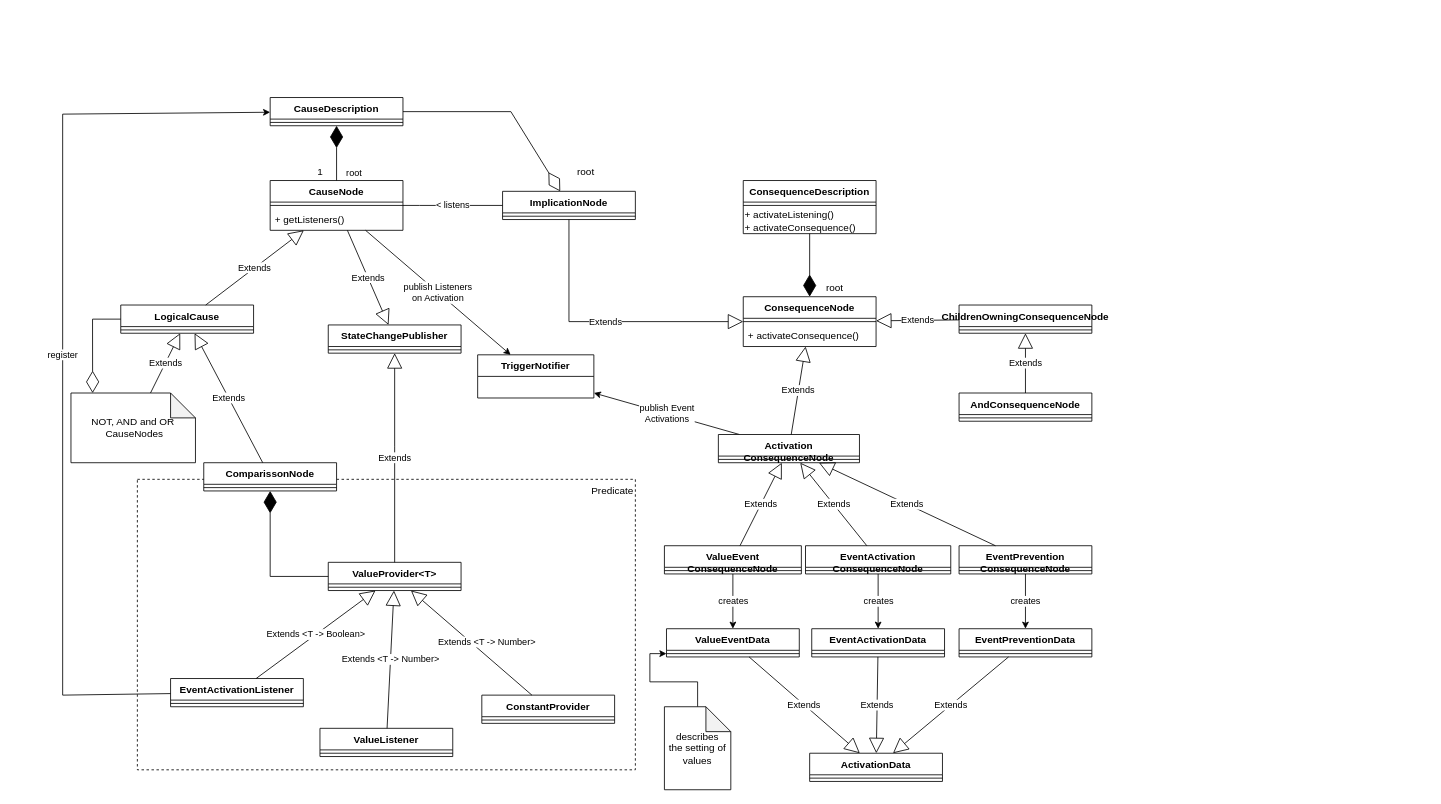
This is TLTeaInterprtationClasses.drawio from Cambio-Project/TL-Tea, a draw.io file, before an edit. Source tidied: cells renumbered, new cells numbered last; positions are measured from the earlier drawing's top-left corner, leaving out a move shared by most shapes. Both pictures are drawn from the tidied source at 83%, with x=0, y=0 at pixel (62, 97).
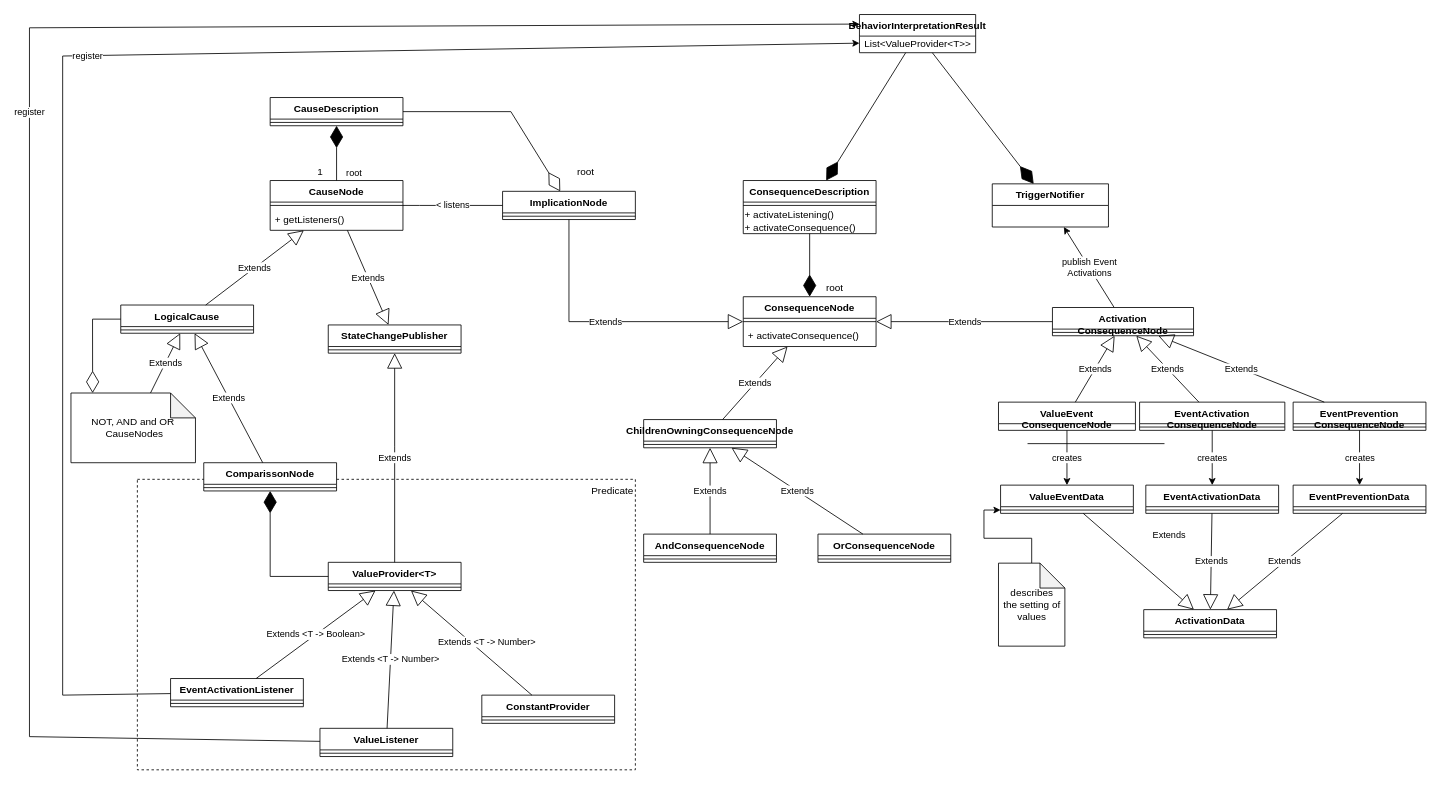
After the change.

Unchanged cells that the change refers to:
```xml
<mxCell id="3" value="CauseNode" style="swimlane;fontStyle=1;align=center;verticalAlign=top;horizontal=1;startSize=26;" parent="1" vertex="1">
  <mxGeometry x="250" y="100" width="160" height="60" as="geometry" />
</mxCell>
<mxCell id="21" value="ValueListener" style="swimlane;fontStyle=1;align=center;verticalAlign=top;horizontal=1;startSize=26;" parent="1" vertex="1">
  <mxGeometry x="310" y="760" width="160" height="34" as="geometry" />
</mxCell>
<mxCell id="30" value="EventActivationListener" style="swimlane;fontStyle=1;align=center;verticalAlign=top;horizontal=1;startSize=26;" parent="1" vertex="1">
  <mxGeometry x="130" y="700" width="160" height="34" as="geometry" />
</mxCell>
<mxCell id="38" value="ConsequenceDescription" style="swimlane;fontStyle=1;align=center;verticalAlign=top;horizontal=1;startSize=26;fillColor=default;" parent="1" vertex="1">
  <mxGeometry x="820" y="100" width="160" height="64" as="geometry" />
</mxCell>
<mxCell id="47" value="CauseDescription" style="swimlane;fontStyle=1;align=center;verticalAlign=top;horizontal=1;startSize=26;fillColor=default;" parent="1" vertex="1">
  <mxGeometry x="250" width="160" height="34" as="geometry" />
</mxCell>
```

What changed in the source:
```diff
@@
     <mxCell id="9" value="TriggerNotifier" style="swimlane;fontStyle=1;horizontal=1;startSize=26;fillColor=none;" parent="1" vertex="1">
-      <mxGeometry x="500" y="310" width="140" height="52" as="geometry" />
+      <mxGeometry x="1120" y="104" width="140" height="52" as="geometry" />
     </mxCell>
@@
     <mxCell id="35" value="AndConsequenceNode" style="swimlane;fontStyle=1;align=center;verticalAlign=top;horizontal=1;startSize=26;" parent="1" vertex="1">
-      <mxGeometry x="1080" y="356" width="160" height="34" as="geometry" />
+      <mxGeometry x="700" y="526" width="160" height="34" as="geometry" />
     </mxCell>
@@
-    <mxCell id="54" value="publish Listeners&lt;br&gt;on Activation" style="endArrow=classic;html=1;rounded=0;" parent="1" edge="1" source="3" target="9">
-      <mxGeometry relative="1" as="geometry" />
-    </mxCell>
@@
-    <mxCell id="56" value="register" style="endArrow=classic;html=1;rounded=0;" parent="1" edge="1" source="30" target="47">
+    <mxCell id="56" value="register" style="endArrow=classic;html=1;rounded=0;entryX=0;entryY=0.75;entryDx=0;entryDy=0;" parent="1" edge="1" source="30" target="92">
       <mxGeometry relative="1" as="geometry">
         <Array as="points">
           <mxPoint y="720" />
-          <mxPoint y="20" />
+          <mxPoint y="-50" />
         </Array>
       </mxGeometry>
     </mxCell>
@@
     <mxCell id="58" value="Activation&#10;ConsequenceNode" style="swimlane;fontStyle=1;align=center;verticalAlign=top;horizontal=1;startSize=26;" parent="1" vertex="1">
-      <mxGeometry x="790" y="406" width="170" height="34" as="geometry" />
+      <mxGeometry x="1192.5" y="253" width="170" height="34" as="geometry" />
     </mxCell>
@@
     <mxCell id="61" value="EventPreventionData" style="swimlane;fontStyle=1;align=center;verticalAlign=top;horizontal=1;startSize=26;" parent="1" vertex="1">
-      <mxGeometry x="1080" y="640" width="160" height="34" as="geometry" />
+      <mxGeometry x="1482.5" y="467" width="160" height="34" as="geometry" />
     </mxCell>
@@
     <mxCell id="63" value="EventActivationData" style="swimlane;fontStyle=1;align=center;verticalAlign=top;horizontal=1;startSize=26;" parent="1" vertex="1">
-      <mxGeometry x="902.5" y="640" width="160" height="34" as="geometry" />
+      <mxGeometry x="1305" y="467" width="160" height="34" as="geometry" />
     </mxCell>
@@
     <mxCell id="65" value="ValueEventData" style="swimlane;fontStyle=1;align=center;verticalAlign=top;horizontal=1;startSize=26;" parent="1" vertex="1">
-      <mxGeometry x="727.5" y="640" width="160" height="34" as="geometry" />
+      <mxGeometry x="1130" y="467" width="160" height="34" as="geometry" />
     </mxCell>
@@
     <mxCell id="67" value="ActivationData" style="swimlane;fontStyle=1;align=center;verticalAlign=top;horizontal=1;startSize=26;" parent="1" vertex="1">
-      <mxGeometry x="900" y="790" width="160" height="34" as="geometry" />
+      <mxGeometry x="1302.5" y="617" width="160" height="34" as="geometry" />
     </mxCell>
@@
     <mxCell id="69" value="Extends" style="endArrow=block;endSize=16;endFill=0;html=1;rounded=0;" parent="1" edge="1" source="65" target="67">
-      <mxGeometry relative="1" as="geometry" />
+      <mxGeometry x="0.07" y="48" relative="1" as="geometry" />
     </mxCell>
@@
     <mxCell id="72" value="EventPrevention&#10;ConsequenceNode" style="swimlane;fontStyle=1;align=center;verticalAlign=top;horizontal=1;startSize=26;" parent="1" vertex="1">
-      <mxGeometry x="1080" y="540" width="160" height="34" as="geometry" />
+      <mxGeometry x="1482.5" y="367" width="160" height="34" as="geometry" />
     </mxCell>
@@
     <mxCell id="74" value="EventActivation&#10;ConsequenceNode" style="swimlane;fontStyle=1;align=center;verticalAlign=top;horizontal=1;startSize=26;" parent="1" vertex="1">
-      <mxGeometry x="895" y="540" width="175" height="34" as="geometry" />
+      <mxGeometry x="1297.5" y="367" width="175" height="34" as="geometry" />
     </mxCell>
@@
     <mxCell id="76" value="ValueEvent&#10;ConsequenceNode" style="swimlane;fontStyle=1;align=center;verticalAlign=top;horizontal=1;startSize=26;" parent="1" vertex="1">
-      <mxGeometry x="725" y="540" width="165" height="34" as="geometry" />
+      <mxGeometry x="1127.5" y="367" width="165" height="34" as="geometry" />
     </mxCell>
-    <mxCell id="77" style="line;strokeWidth=1;fillColor=none;align=left;verticalAlign=middle;spacingTop=-1;spacingLeft=3;spacingRight=3;labelPosition=right;" parent="76" vertex="1">
-      <mxGeometry y="26" width="165" height="8" as="geometry" />
-    </mxCell>
@@
     <mxCell id="84" value="ChildrenOwningConsequenceNode" style="swimlane;fontStyle=1;align=center;verticalAlign=top;horizontal=1;startSize=26;" parent="1" vertex="1">
-      <mxGeometry x="1080" y="250" width="160" height="34" as="geometry" />
+      <mxGeometry x="700" y="388" width="160" height="34" as="geometry" />
     </mxCell>
@@
     <mxCell id="88" value="describes&lt;br&gt;the setting of values" style="shape=note;whiteSpace=wrap;html=1;backgroundOutline=1;darkOpacity=0.05;" parent="1" vertex="1">
-      <mxGeometry x="725" y="734" width="80" height="100" as="geometry" />
+      <mxGeometry x="1127.5" y="561" width="80" height="100" as="geometry" />
     </mxCell>
+    <mxCell id="89" value="OrConsequenceNode" style="swimlane;fontStyle=1;align=center;verticalAlign=top;horizontal=1;startSize=26;" parent="1" vertex="1">
+      <mxGeometry x="910" y="526" width="160" height="34" as="geometry" />
+    </mxCell>
+    <mxCell id="90" style="line;strokeWidth=1;fillColor=none;align=left;verticalAlign=middle;spacingTop=-1;spacingLeft=3;spacingRight=3;labelPosition=right;" parent="89" vertex="1">
+      <mxGeometry y="26" width="160" height="8" as="geometry" />
+    </mxCell>
+    <mxCell id="91" value="Extends" style="endArrow=block;endSize=16;endFill=0;html=1;rounded=0;" parent="1" edge="1" source="89" target="84">
+      <mxGeometry relative="1" as="geometry" />
+    </mxCell>
+    <mxCell id="77" style="line;strokeWidth=1;fillColor=none;align=left;verticalAlign=middle;spacingTop=-1;spacingLeft=3;spacingRight=3;labelPosition=right;" parent="1" vertex="1">
+      <mxGeometry x="1162.5" y="413" width="165" height="8" as="geometry" />
+    </mxCell>
+    <mxCell id="92" value="BehaviorInterpretationResult" style="swimlane;fontStyle=1;horizontal=1;startSize=26;fillColor=none;" parent="1" vertex="1">
+      <mxGeometry x="960" y="-100" width="140" height="46" as="geometry" />
+    </mxCell>
+    <mxCell id="93" value="List&amp;lt;ValueProvider&amp;lt;T&amp;gt;&amp;gt;" style="text;html=1;align=center;verticalAlign=middle;strokeColor=none;fillColor=none;" parent="92" vertex="1">
+      <mxGeometry y="26" width="140" height="20" as="geometry" />
+    </mxCell>
+    <mxCell id="94" style="endArrow=diamondThin;endFill=1;endSize=24;html=1;rounded=0;" parent="1" edge="1" source="92" target="9">
+      <mxGeometry relative="1" as="geometry" />
+    </mxCell>
+    <mxCell id="95" style="endArrow=diamondThin;endFill=1;endSize=24;html=1;rounded=0;" parent="1" edge="1" source="92" target="38">
+      <mxGeometry relative="1" as="geometry" />
+    </mxCell>
+    <mxCell id="96" value="register" style="endArrow=classic;html=1;rounded=0;entryX=0;entryY=0.25;entryDx=0;entryDy=0;" parent="1" edge="1" source="21" target="92">
+      <mxGeometry relative="1" as="geometry">
+        <Array as="points">
+          <mxPoint x="-40" y="770" />
+          <mxPoint x="-40" y="-84" />
+        </Array>
+      </mxGeometry>
+    </mxCell>
```
